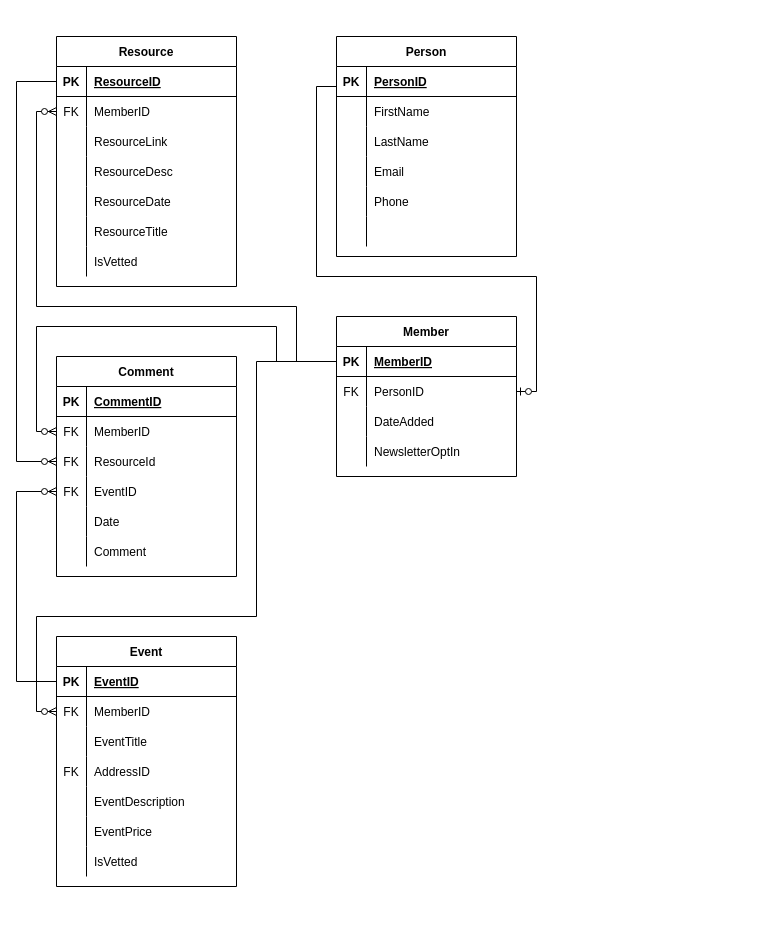
Earlier version of the draw.io diagram Diagrams/ClimateEntityDiagram.drawio (BeartoothHiker/it-120-group-project). Source tidied: cells renumbered, new cells numbered last; positions are measured from the earlier drawing's top-left corner, leaving out a move shared by most shapes. Both pictures are drawn from the tidied source at 100%, with x=0, y=0 at pixel (16, 36).
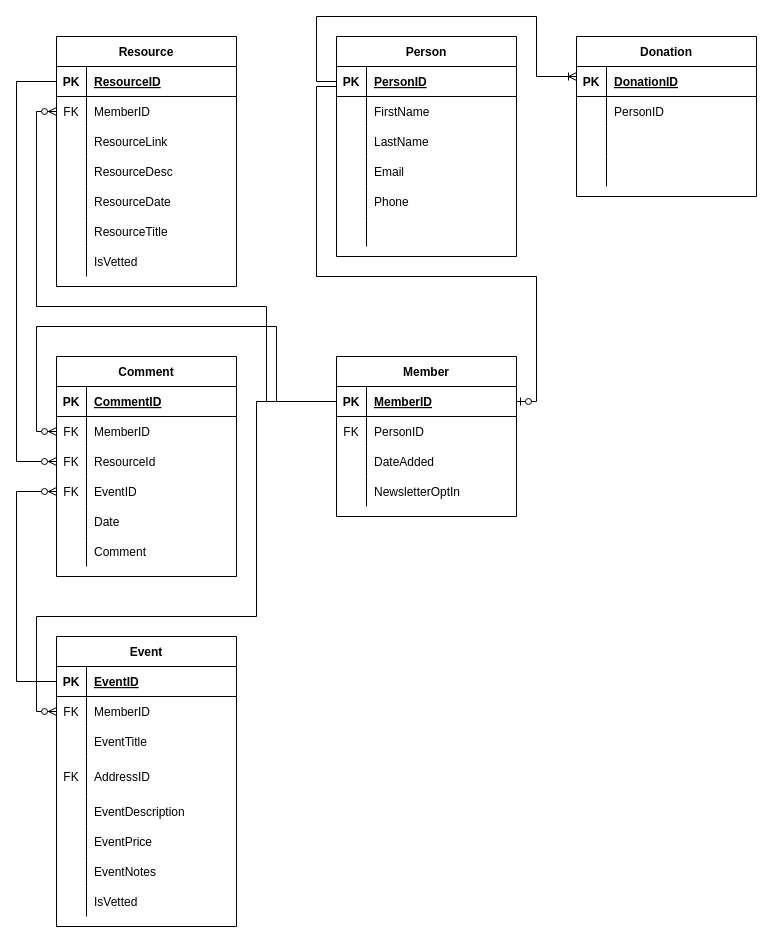
The same page after the edit.

Commit message (it also covers changes not shown here):
Updates on ERD, and proposal ERD #5

The change refers to these unchanged cells:
```xml
<mxCell id="3" style="shape=partialRectangle;fillColor=none;top=0;left=0;bottom=1;right=0;points=[[0,0.5],[1,0.5]];portConstraint=eastwest;" parent="2" vertex="1">
  <mxGeometry y="30" width="180" height="30" as="geometry" />
</mxCell>
<mxCell id="25" style="shape=partialRectangle;fillColor=none;top=0;left=0;bottom=0;right=0;points=[[0,0.5],[1,0.5]];portConstraint=eastwest;" parent="21" vertex="1">
  <mxGeometry y="60" width="180" height="30" as="geometry" />
</mxCell>
<mxCell id="44" style="shape=partialRectangle;fillColor=none;top=0;left=0;bottom=0;right=0;points=[[0,0.5],[1,0.5]];portConstraint=eastwest;" parent="40" vertex="1">
  <mxGeometry y="60" width="180" height="30" as="geometry" />
</mxCell>
<mxCell id="66" style="shape=partialRectangle;fillColor=none;top=0;left=0;bottom=0;right=0;points=[[0,0.5],[1,0.5]];portConstraint=eastwest;" parent="62" vertex="1">
  <mxGeometry y="60" width="180" height="30" as="geometry" />
</mxCell>
<mxCell id="85" style="shape=partialRectangle;fillColor=none;top=0;left=0;bottom=1;right=0;points=[[0,0.5],[1,0.5]];portConstraint=eastwest;" parent="84" vertex="1">
  <mxGeometry y="30" width="180" height="30" as="geometry" />
</mxCell>
<mxCell id="88" style="shape=partialRectangle;fillColor=none;top=0;left=0;bottom=0;right=0;points=[[0,0.5],[1,0.5]];portConstraint=eastwest;" parent="84" vertex="1">
  <mxGeometry y="60" width="180" height="30" as="geometry" />
</mxCell>
```

What changed in the source:
```diff
@@
     <mxCell id="62" value="Event" style="shape=table;startSize=30;childLayout=tableLayout;rowLines=0;fontStyle=1;align=center;" parent="1" vertex="1">
-      <mxGeometry x="40" y="600" width="180" height="250" as="geometry" />
+      <mxGeometry x="40" y="600" width="180" height="290" as="geometry" />
     </mxCell>
@@
     <mxCell id="72" style="shape=partialRectangle;fillColor=none;top=0;left=0;bottom=0;right=0;" parent="62" vertex="1">
-      <mxGeometry y="120" width="180" height="30" as="geometry" />
+      <mxGeometry y="120" width="180" height="40" as="geometry" />
     </mxCell>
     <mxCell id="73" value="FK" style="shape=partialRectangle;fillColor=none;top=0;left=0;bottom=0;right=0;fontStyle=0;overflow=hidden;" parent="72" vertex="1">
-      <mxGeometry width="30" height="30" as="geometry" />
+      <mxGeometry width="30" height="40" as="geometry" />
     </mxCell>
     <mxCell id="74" value="AddressID" style="shape=partialRectangle;fillColor=none;top=0;left=0;bottom=0;right=0;align=left;spacingLeft=6;fontStyle=0;overflow=hidden;" parent="72" vertex="1">
-      <mxGeometry x="30" width="150" height="30" as="geometry" />
+      <mxGeometry x="30" width="150" height="40" as="geometry" />
     </mxCell>
     <mxCell id="75" style="shape=partialRectangle;fillColor=none;top=0;left=0;bottom=0;right=0;" parent="62" vertex="1">
-      <mxGeometry y="150" width="180" height="30" as="geometry" />
+      <mxGeometry y="160" width="180" height="30" as="geometry" />
     </mxCell>
@@
     <mxCell id="78" style="shape=partialRectangle;fillColor=none;top=0;left=0;bottom=0;right=0;" parent="62" vertex="1">
-      <mxGeometry y="180" width="180" height="30" as="geometry" />
+      <mxGeometry y="190" width="180" height="30" as="geometry" />
     </mxCell>
@@
+    <mxCell id="103" style="shape=partialRectangle;fillColor=none;top=0;left=0;bottom=0;right=0;" parent="62" vertex="1">
+      <mxGeometry y="220" width="180" height="30" as="geometry" />
+    </mxCell>
+    <mxCell id="104" style="shape=partialRectangle;fillColor=none;top=0;left=0;bottom=0;right=0;overflow=hidden;" parent="103" vertex="1">
+      <mxGeometry width="30" height="30" as="geometry" />
+    </mxCell>
+    <mxCell id="105" value="EventNotes" style="shape=partialRectangle;fillColor=none;top=0;left=0;bottom=0;right=0;align=left;spacingLeft=6;overflow=hidden;" parent="103" vertex="1">
+      <mxGeometry x="30" width="150" height="30" as="geometry" />
+    </mxCell>
     <mxCell id="81" style="shape=partialRectangle;fillColor=none;top=0;left=0;bottom=0;right=0;" parent="62" vertex="1">
-      <mxGeometry y="210" width="180" height="30" as="geometry" />
+      <mxGeometry y="250" width="180" height="30" as="geometry" />
     </mxCell>
@@
     <mxCell id="84" value="Member" style="shape=table;startSize=30;childLayout=tableLayout;rowLines=0;fontStyle=1;align=center;" parent="1" vertex="1">
-      <mxGeometry x="320" y="280" width="180" height="160" as="geometry" />
+      <mxGeometry x="320" y="320" width="180" height="160" as="geometry" />
     </mxCell>
@@
-    <mxCell id="97" style="edgeStyle=orthogonalEdgeStyle;fontSize=12;html=1;endArrow=ERzeroToOne;endFill=1;rounded=0;elbow=vertical;" parent="1" edge="1" target="88">
+    <mxCell id="97" style="edgeStyle=orthogonalEdgeStyle;fontSize=12;html=1;endArrow=ERzeroToOne;endFill=1;rounded=0;elbow=vertical;entryX=1;entryY=0.5;entryDx=0;entryDy=0;" parent="1" edge="1" target="85">
       <mxGeometry relative="1" as="geometry">
         <mxPoint x="320" y="50" as="sourcePoint" />
         <Array as="points">
           <mxPoint x="300" y="50" />
           <mxPoint x="300" y="240" />
           <mxPoint x="520" y="240" />
-          <mxPoint x="520" y="355" />
+          <mxPoint x="520" y="365" />
         </Array>
       </mxGeometry>
     </mxCell>
     <mxCell id="98" style="edgeStyle=orthogonalEdgeStyle;fontSize=12;html=1;endArrow=ERzeroToMany;endFill=1;rounded=0;exitX=0;exitY=0.5;exitDx=0;exitDy=0;entryX=0;entryY=0.5;entryDx=0;entryDy=0;" parent="1" edge="1" source="85" target="66">
       <mxGeometry relative="1" as="geometry">
         <Array as="points">
-          <mxPoint x="240" y="325" />
+          <mxPoint x="240" y="365" />
           <mxPoint x="240" y="580" />
           <mxPoint x="20" y="580" />
           <mxPoint x="20" y="675" />
         </Array>
       </mxGeometry>
     </mxCell>
     <mxCell id="99" style="edgeStyle=orthogonalEdgeStyle;fontSize=12;html=1;endArrow=ERzeroToMany;endFill=1;rounded=0;elbow=vertical;exitX=0;exitY=0.5;exitDx=0;exitDy=0;entryX=0;entryY=0.5;entryDx=0;entryDy=0;" parent="1" edge="1" source="85" target="25">
       <mxGeometry relative="1" as="geometry">
         <Array as="points">
-          <mxPoint x="260" y="325" />
+          <mxPoint x="260" y="365" />
           <mxPoint x="260" y="290" />
           <mxPoint x="20" y="290" />
           <mxPoint x="20" y="395" />
         </Array>
       </mxGeometry>
     </mxCell>
     <mxCell id="100" style="edgeStyle=orthogonalEdgeStyle;fontSize=12;html=1;endArrow=ERzeroToMany;endFill=1;rounded=0;entryX=0;entryY=0.5;entryDx=0;entryDy=0;exitX=0;exitY=0.5;exitDx=0;exitDy=0;" parent="1" edge="1" source="85" target="44">
       <mxGeometry relative="1" as="geometry">
         <Array as="points">
-          <mxPoint x="280" y="325" />
-          <mxPoint x="280" y="270" />
+          <mxPoint x="250" y="365" />
+          <mxPoint x="250" y="270" />
           <mxPoint x="20" y="270" />
           <mxPoint x="20" y="75" />
         </Array>
       </mxGeometry>
     </mxCell>
@@
+    <mxCell id="106" value="Donation" style="shape=table;startSize=30;childLayout=tableLayout;rowLines=0;fontStyle=1;align=center;" parent="1" vertex="1">
+      <mxGeometry x="560" width="180" height="160" as="geometry" />
+    </mxCell>
+    <mxCell id="107" style="shape=partialRectangle;fillColor=none;top=0;left=0;bottom=1;right=0;" parent="106" vertex="1">
+      <mxGeometry y="30" width="180" height="30" as="geometry" />
+    </mxCell>
+    <mxCell id="108" value="PK" style="shape=partialRectangle;fillColor=none;top=0;left=0;bottom=0;right=0;fontStyle=1;overflow=hidden;" parent="107" vertex="1">
+      <mxGeometry width="30" height="30" as="geometry" />
+    </mxCell>
+    <mxCell id="109" value="DonationID" style="shape=partialRectangle;fillColor=none;top=0;left=0;bottom=0;right=0;align=left;spacingLeft=6;fontStyle=5;overflow=hidden;" parent="107" vertex="1">
+      <mxGeometry x="30" width="150" height="30" as="geometry" />
+    </mxCell>
+    <mxCell id="110" style="shape=partialRectangle;fillColor=none;top=0;left=0;bottom=0;right=0;" parent="106" vertex="1">
+      <mxGeometry y="60" width="180" height="30" as="geometry" />
+    </mxCell>
+    <mxCell id="111" style="shape=partialRectangle;fillColor=none;top=0;left=0;bottom=0;right=0;overflow=hidden;" parent="110" vertex="1">
+      <mxGeometry width="30" height="30" as="geometry" />
+    </mxCell>
+    <mxCell id="112" value="PersonID" style="shape=partialRectangle;fillColor=none;top=0;left=0;bottom=0;right=0;align=left;spacingLeft=6;overflow=hidden;" parent="110" vertex="1">
+      <mxGeometry x="30" width="150" height="30" as="geometry" />
+    </mxCell>
+    <mxCell id="113" style="shape=partialRectangle;fillColor=none;top=0;left=0;bottom=0;right=0;" parent="106" vertex="1">
+      <mxGeometry y="90" width="180" height="30" as="geometry" />
+    </mxCell>
+    <mxCell id="114" style="shape=partialRectangle;fillColor=none;top=0;left=0;bottom=0;right=0;overflow=hidden;" parent="113" vertex="1">
+      <mxGeometry width="30" height="30" as="geometry" />
+    </mxCell>
+    <mxCell id="115" style="shape=partialRectangle;fillColor=none;top=0;left=0;bottom=0;right=0;align=left;spacingLeft=6;overflow=hidden;" parent="113" vertex="1">
+      <mxGeometry x="30" width="150" height="30" as="geometry" />
+    </mxCell>
+    <mxCell id="116" style="shape=partialRectangle;fillColor=none;top=0;left=0;bottom=0;right=0;" parent="106" vertex="1">
+      <mxGeometry y="120" width="180" height="30" as="geometry" />
+    </mxCell>
+    <mxCell id="117" style="shape=partialRectangle;fillColor=none;top=0;left=0;bottom=0;right=0;overflow=hidden;" parent="116" vertex="1">
+      <mxGeometry width="30" height="30" as="geometry" />
+    </mxCell>
+    <mxCell id="118" style="shape=partialRectangle;fillColor=none;top=0;left=0;bottom=0;right=0;align=left;spacingLeft=6;overflow=hidden;" parent="116" vertex="1">
+      <mxGeometry x="30" width="150" height="30" as="geometry" />
+    </mxCell>
+    <mxCell id="119" style="edgeStyle=orthogonalEdgeStyle;fontSize=12;html=1;endArrow=ERoneToMany;rounded=0;exitX=0;exitY=0.5;exitDx=0;exitDy=0;entryX=0;entryY=0.25;entryDx=0;entryDy=0;" parent="1" edge="1" source="3" target="106">
+      <mxGeometry relative="1" as="geometry">
+        <Array as="points">
+          <mxPoint x="300" y="45" />
+          <mxPoint x="300" y="-20" />
+          <mxPoint x="520" y="-20" />
+          <mxPoint x="520" y="40" />
+        </Array>
+      </mxGeometry>
+    </mxCell>
```
